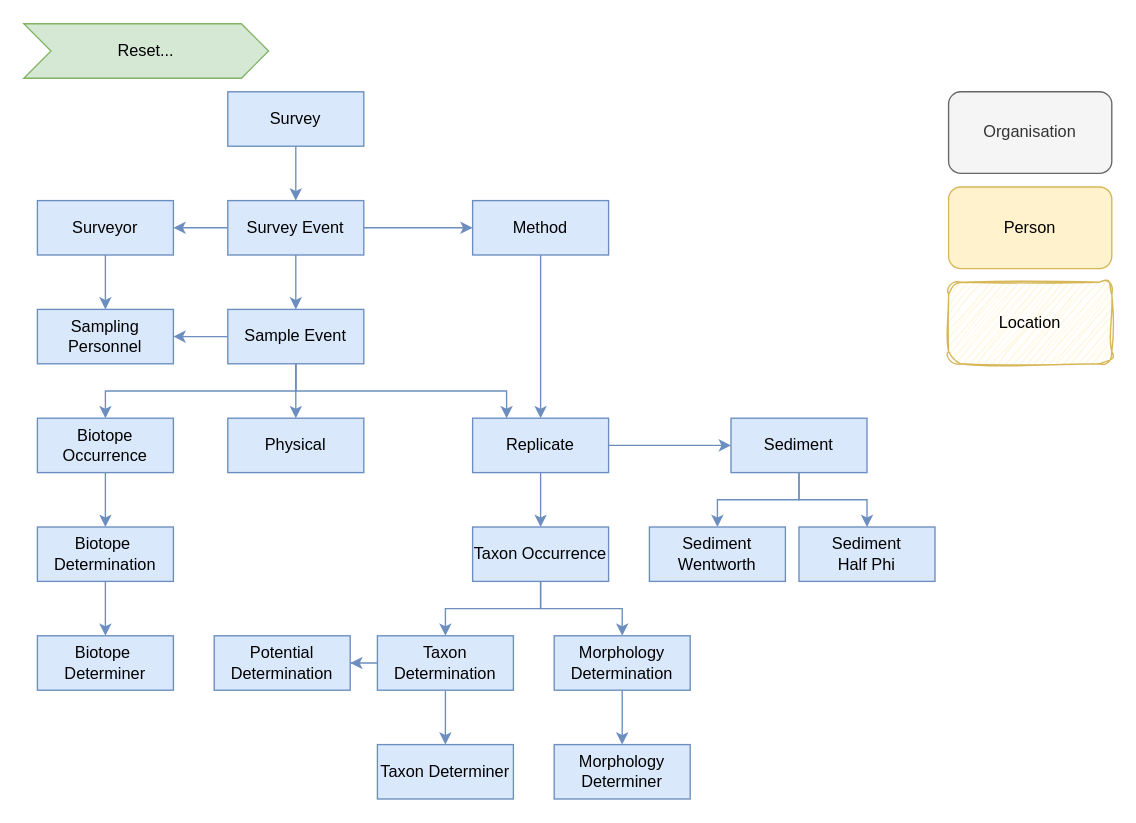
The draw.io diagram diagrams/Marine_recorder_entities_interactive.drawio in jncc/marine-recorder-documentation, before the edit. Source tidied: cells renumbered, new cells numbered last; positions are measured from the earlier drawing's top-left corner, leaving out a move shared by most shapes. Both pictures are drawn from the tidied source at 136%, with x=0, y=0 at pixel (23, 23).
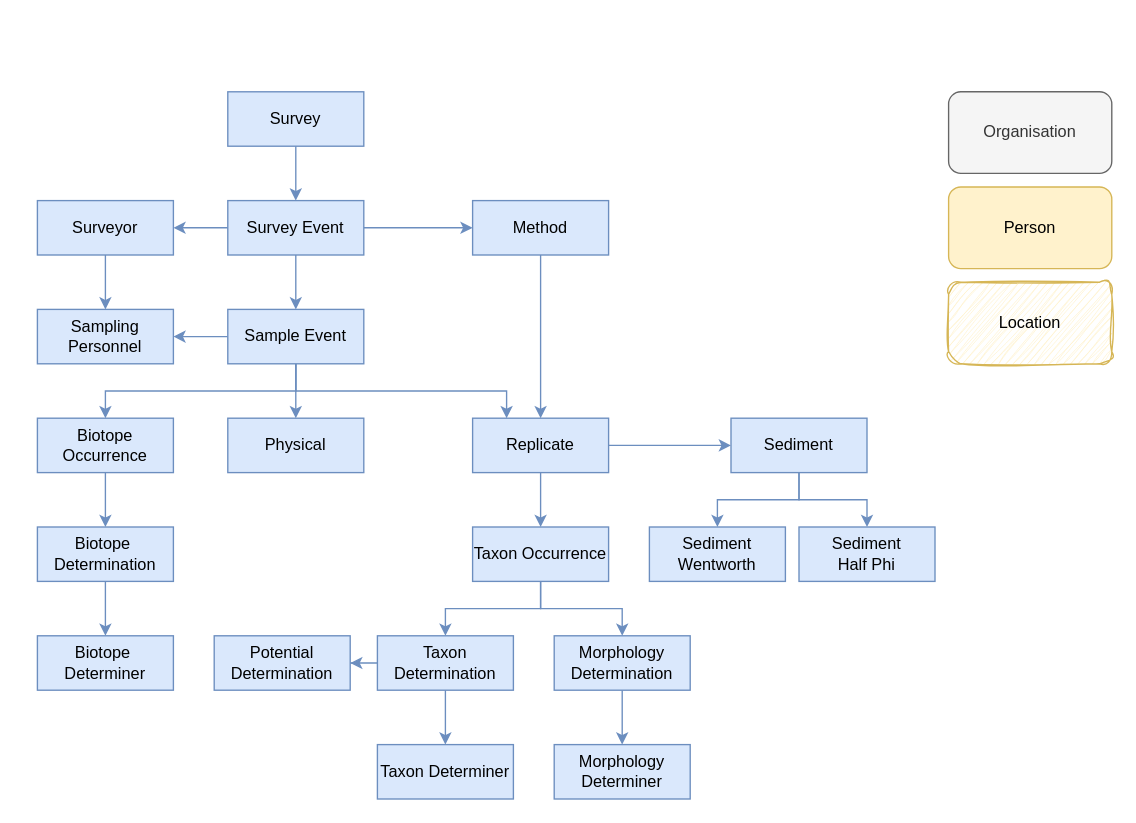
The same page after the edit.

Diff of the diagram source:
```diff
@@
-    <mxCell id="47" value="Reset..." style="shape=step;perimeter=stepPerimeter;whiteSpace=wrap;html=1;fixedSize=1;fillColor=#d5e8d4;strokeColor=#82b366;" parent="1" vertex="1">
-      <mxGeometry width="180" height="40" as="geometry" />
-    </mxCell>
```
